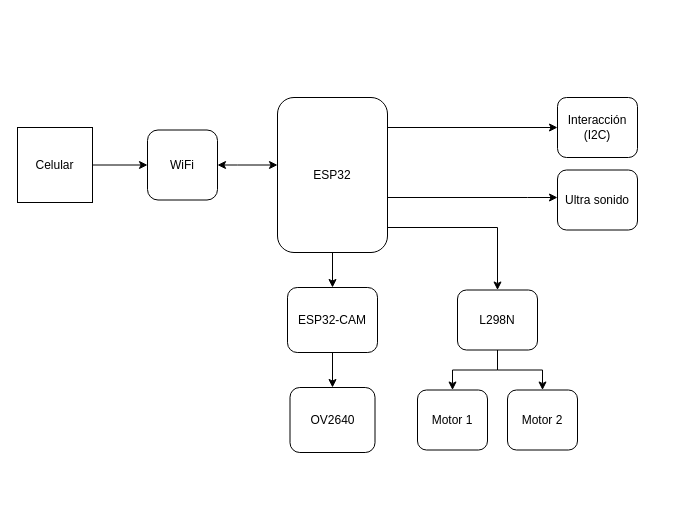
Above: Diagrama_bloques.drawio in Davidariza99/Ejemplo-1 (draw.io), before the change. Source tidied: cells renumbered, new cells numbered last; positions are measured from the earlier drawing's top-left corner, leaving out a move shared by most shapes. Both pictures are drawn from the tidied source at 100%, with x=0, y=0 at pixel (17, 97).
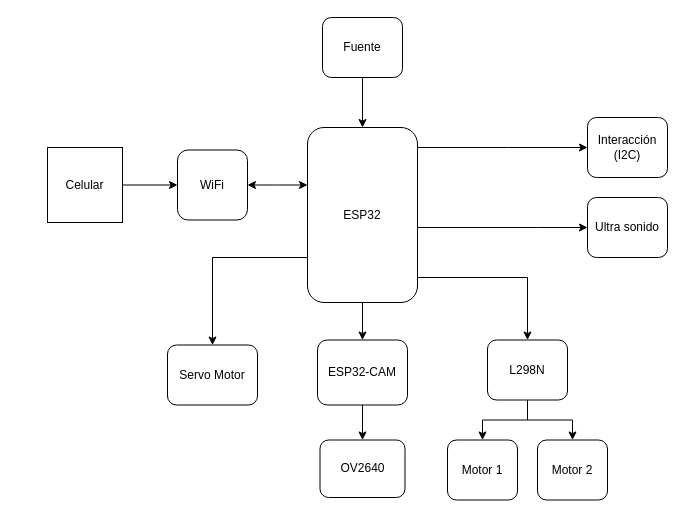
The same page after the edit.

Change to the diagram source:
```diff
@@
     <mxCell id="2" style="edgeStyle=orthogonalEdgeStyle;rounded=0;jettySize=auto;html=1;startArrow=classic;startFill=1;" parent="1" edge="1" source="3" target="8">
       <mxGeometry relative="1" as="geometry">
         <Array as="points">
-          <mxPoint x="220" y="68" />
-          <mxPoint x="220" y="68" />
+          <mxPoint x="260" y="88" />
+          <mxPoint x="260" y="88" />
         </Array>
       </mxGeometry>
     </mxCell>
     <mxCell id="3" value="WiFi" style="whiteSpace=wrap;html=1;rounded=1;" parent="1" vertex="1">
-      <mxGeometry x="130" y="32.5" width="70" height="70" as="geometry" />
+      <mxGeometry x="160" y="52.5" width="70" height="70" as="geometry" />
     </mxCell>
@@
     <mxCell id="5" style="edgeStyle=orthogonalEdgeStyle;rounded=0;jettySize=auto;html=1;" parent="1" edge="1" source="8" target="16">
       <mxGeometry relative="1" as="geometry">
         <Array as="points">
-          <mxPoint x="480" y="130" />
+          <mxPoint x="510" y="180" />
         </Array>
       </mxGeometry>
     </mxCell>
     <mxCell id="6" style="edgeStyle=orthogonalEdgeStyle;rounded=0;jettySize=auto;html=1;" parent="1" edge="1" source="8" target="19">
       <mxGeometry relative="1" as="geometry">
         <Array as="points">
-          <mxPoint x="510" y="100" />
-          <mxPoint x="510" y="100" />
+          <mxPoint x="520" y="130" />
+          <mxPoint x="520" y="130" />
         </Array>
       </mxGeometry>
     </mxCell>
     <mxCell id="7" style="edgeStyle=orthogonalEdgeStyle;rounded=0;jettySize=auto;html=1;entryX=0;entryY=0.5;entryDx=0;entryDy=0;" parent="1" edge="1" source="8" target="20">
       <mxGeometry relative="1" as="geometry">
         <Array as="points">
-          <mxPoint x="540" y="30" />
+          <mxPoint x="490" y="50" />
+          <mxPoint x="490" y="50" />
         </Array>
       </mxGeometry>
     </mxCell>
+    <mxCell id="21" style="edgeStyle=orthogonalEdgeStyle;rounded=0;jettySize=auto;html=1;" parent="1" edge="1" source="8" target="22">
+      <mxGeometry relative="1" as="geometry">
+        <Array as="points">
+          <mxPoint x="195" y="160" />
+        </Array>
+      </mxGeometry>
+    </mxCell>
     <mxCell id="8" value="ESP32" style="rounded=1;whiteSpace=wrap;html=1;strokeWidth=1;" parent="1" vertex="1">
-      <mxGeometry x="260" width="110" height="155" as="geometry" />
+      <mxGeometry x="290" y="30" width="110" height="175" as="geometry" />
     </mxCell>
     <mxCell id="9" style="edgeStyle=orthogonalEdgeStyle;rounded=0;jettySize=auto;html=1;" parent="1" edge="1" source="10" target="3">
       <mxGeometry relative="1" as="geometry">
         <Array as="points">
-          <mxPoint x="130" y="95.5" />
-          <mxPoint x="130" y="95.5" />
+          <mxPoint x="160" y="115.5" />
+          <mxPoint x="160" y="115.5" />
         </Array>
       </mxGeometry>
     </mxCell>
     <mxCell id="10" value="Celular" style="whiteSpace=wrap;html=1;rounded=0;strokeWidth=1;" parent="1" vertex="1">
-      <mxGeometry y="30" width="75" height="75" as="geometry" />
+      <mxGeometry x="30" y="50" width="75" height="75" as="geometry" />
     </mxCell>
@@
     <mxCell id="12" value="ESP32-CAM" style="rounded=1;whiteSpace=wrap;html=1;strokeWidth=1;" parent="1" vertex="1">
-      <mxGeometry x="270" y="190" width="90" height="65" as="geometry" />
+      <mxGeometry x="300" y="242.5" width="90" height="65" as="geometry" />
     </mxCell>
     <mxCell id="13" value="OV2640" style="rounded=1;whiteSpace=wrap;html=1;strokeWidth=1;" parent="1" vertex="1">
-      <mxGeometry x="272.5" y="290" width="85" height="65" as="geometry" />
+      <mxGeometry x="302.5" y="342.5" width="85" height="57.5" as="geometry" />
     </mxCell>
@@
     <mxCell id="16" value="L298N" style="whiteSpace=wrap;html=1;rounded=1;strokeWidth=1;" parent="1" vertex="1">
-      <mxGeometry x="440" y="192.5" width="80" height="60" as="geometry" />
+      <mxGeometry x="470" y="242.5" width="80" height="60" as="geometry" />
     </mxCell>
     <mxCell id="17" value="Motor 1" style="whiteSpace=wrap;html=1;rounded=1;strokeWidth=1;" parent="1" vertex="1">
-      <mxGeometry x="400" y="292.5" width="70" height="60" as="geometry" />
+      <mxGeometry x="430" y="342.5" width="70" height="60" as="geometry" />
     </mxCell>
     <mxCell id="18" value="Motor 2" style="whiteSpace=wrap;html=1;rounded=1;strokeWidth=1;" parent="1" vertex="1">
-      <mxGeometry x="490" y="292.5" width="70" height="60" as="geometry" />
+      <mxGeometry x="520" y="342.5" width="70" height="60" as="geometry" />
     </mxCell>
     <mxCell id="19" value="Ultra sonido" style="whiteSpace=wrap;html=1;rounded=1;strokeWidth=1;" parent="1" vertex="1">
-      <mxGeometry x="540" y="72.5" width="80" height="60" as="geometry" />
+      <mxGeometry x="570" y="100" width="80" height="60" as="geometry" />
     </mxCell>
     <mxCell id="20" value="Interacción&lt;br&gt;(I2C)" style="whiteSpace=wrap;html=1;rounded=1;strokeWidth=1;" parent="1" vertex="1">
-      <mxGeometry x="540" width="80" height="60" as="geometry" />
+      <mxGeometry x="570" y="20" width="80" height="60" as="geometry" />
     </mxCell>
+    <mxCell id="22" value="Servo Motor" style="rounded=1;whiteSpace=wrap;html=1;" parent="1" vertex="1">
+      <mxGeometry x="150" y="247.5" width="90" height="60" as="geometry" />
+    </mxCell>
+    <mxCell id="23" style="edgeStyle=orthogonalEdgeStyle;rounded=0;jettySize=auto;html=1;entryX=0.5;entryY=0;entryDx=0;entryDy=0;" parent="1" edge="1" source="24" target="8">
+      <mxGeometry relative="1" as="geometry" />
+    </mxCell>
+    <mxCell id="24" value="Fuente" style="rounded=1;whiteSpace=wrap;html=1;" parent="1" vertex="1">
+      <mxGeometry x="305" y="-80" width="80" height="60" as="geometry" />
+    </mxCell>
```
